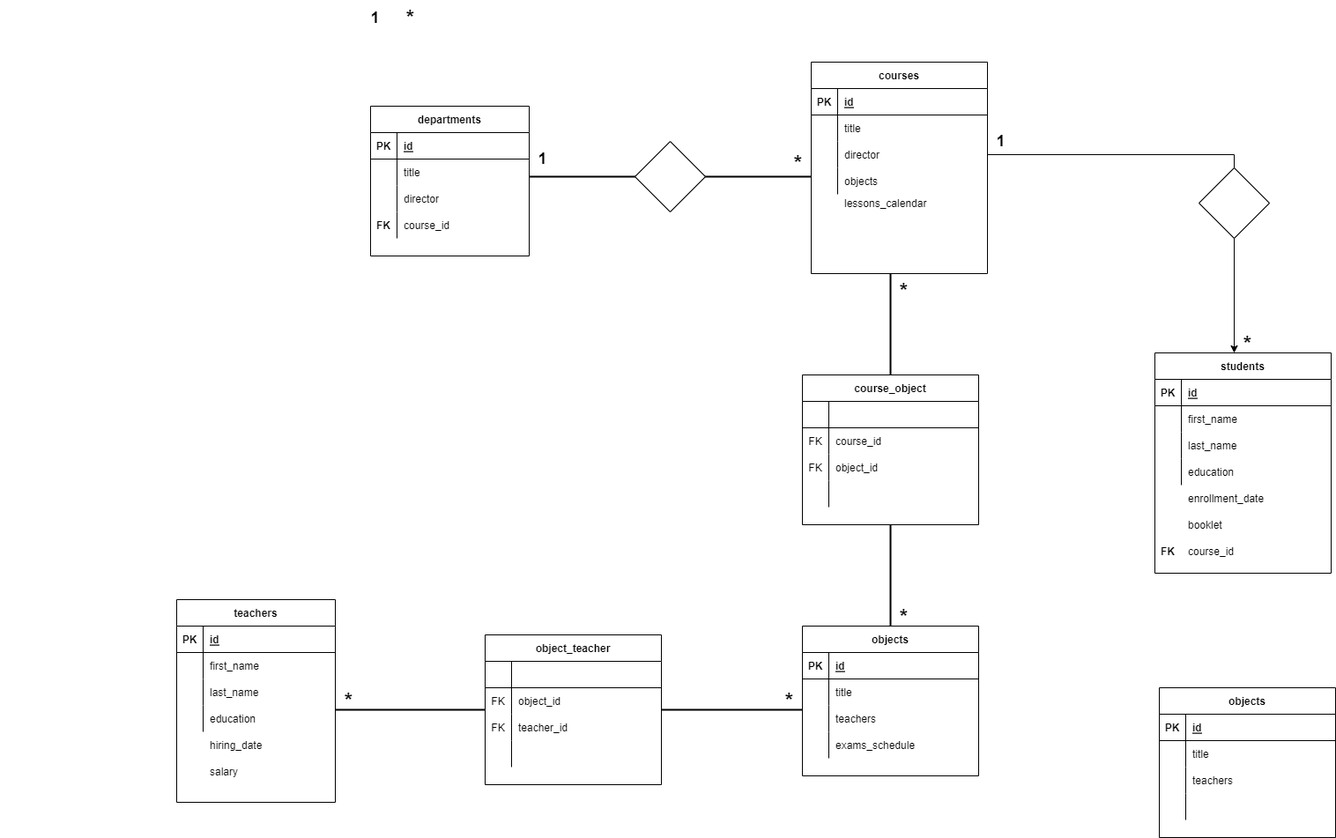
Before: db-university.png, a diagram exported from draw.io (marcocalligaris/db-university). Source tidied: cells renumbered, new cells last; positions are measured from the earlier drawing's top-left corner, leaving out a move shared by most shapes.
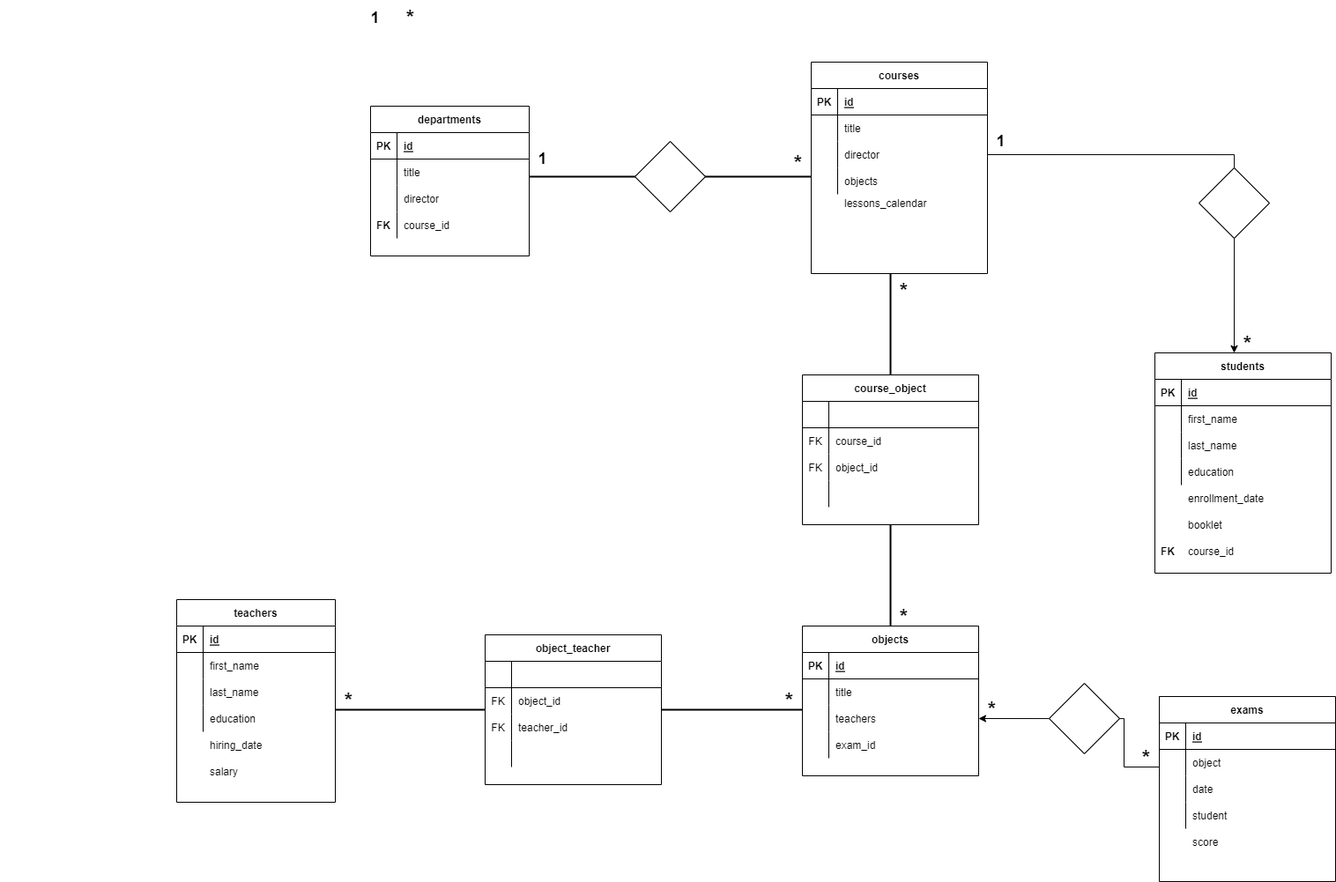
Above is the later version.

Change to the diagram source:
```diff
@@ -218,7 +218,7 @@
     <mxCell id="73" value="booklet" style="shape=partialRectangle;fillColor=none;top=0;left=0;bottom=0;right=0;align=left;spacingLeft=6;overflow=hidden;" parent="1" vertex="1">
       <mxGeometry x="1340" y="580" width="150" height="30" as="geometry" />
     </mxCell>
-    <mxCell id="74" value="exams_schedule" style="shape=partialRectangle;fillColor=none;top=0;left=0;bottom=0;right=0;align=left;spacingLeft=6;overflow=hidden;" parent="1" vertex="1">
+    <mxCell id="74" value="exam_id" style="shape=partialRectangle;fillColor=none;top=0;left=0;bottom=0;right=0;align=left;spacingLeft=6;overflow=hidden;" parent="1" vertex="1">
       <mxGeometry x="940" y="830" width="170" height="30" as="geometry" />
     </mxCell>
     <mxCell id="75" style="shape=tableRow;horizontal=0;startSize=0;swimlaneHead=0;swimlaneBody=0;fillColor=none;top=0;left=0;right=0;bottom=0;" parent="1" vertex="1">
@@ -358,8 +358,8 @@
     <mxCell id="119" value="&lt;b&gt;&lt;font style=&quot;font-size: 18px;&quot;&gt;1&lt;/font&gt;&lt;/b&gt;" style="text;html=1;align=center;verticalAlign=middle;fillColor=none;strokeColor=none;rounded=0;" parent="1" vertex="1">
       <mxGeometry x="1120" y="140" width="30" height="40" as="geometry" />
     </mxCell>
-    <mxCell id="120" value="objects" style="shape=table;startSize=30;rowLines=0;fontStyle=1;align=center;" parent="1" vertex="1">
-      <mxGeometry x="1315" y="780" width="200" height="170" as="geometry" />
+    <mxCell id="120" value="exams" style="shape=table;startSize=30;rowLines=0;fontStyle=1;align=center;" parent="1" vertex="1">
+      <mxGeometry x="1315" y="790" width="200" height="210" as="geometry" />
     </mxCell>
     <mxCell id="121" style="shape=tableRow;horizontal=0;startSize=0;swimlaneHead=0;swimlaneBody=0;fillColor=none;top=0;left=0;right=0;bottom=1;" parent="120" vertex="1">
       <mxGeometry y="30" width="200" height="30" as="geometry" />
@@ -376,7 +376,7 @@
     <mxCell id="125" style="shape=partialRectangle;fillColor=none;top=0;left=0;bottom=0;right=0;overflow=hidden;" parent="124" vertex="1">
       <mxGeometry width="30" height="30" as="geometry" />
     </mxCell>
-    <mxCell id="126" value="title" style="shape=partialRectangle;fillColor=none;top=0;left=0;bottom=0;right=0;align=left;spacingLeft=6;overflow=hidden;" parent="124" vertex="1">
+    <mxCell id="126" value="object" style="shape=partialRectangle;fillColor=none;top=0;left=0;bottom=0;right=0;align=left;spacingLeft=6;overflow=hidden;" parent="124" vertex="1">
       <mxGeometry x="30" width="170" height="30" as="geometry" />
     </mxCell>
     <mxCell id="127" style="shape=tableRow;horizontal=0;startSize=0;swimlaneHead=0;swimlaneBody=0;fillColor=none;top=0;left=0;right=0;bottom=0;" parent="120" vertex="1">
@@ -385,7 +385,7 @@
     <mxCell id="128" style="shape=partialRectangle;fillColor=none;top=0;left=0;bottom=0;right=0;overflow=hidden;" parent="127" vertex="1">
       <mxGeometry width="30" height="30" as="geometry" />
     </mxCell>
-    <mxCell id="129" value="teachers" style="shape=partialRectangle;fillColor=none;top=0;left=0;bottom=0;right=0;align=left;spacingLeft=6;overflow=hidden;" parent="127" vertex="1">
+    <mxCell id="129" value="date" style="shape=partialRectangle;fillColor=none;top=0;left=0;bottom=0;right=0;align=left;spacingLeft=6;overflow=hidden;" parent="127" vertex="1">
       <mxGeometry x="30" width="170" height="30" as="geometry" />
     </mxCell>
     <mxCell id="130" style="shape=tableRow;horizontal=0;startSize=0;swimlaneHead=0;swimlaneBody=0;fillColor=none;top=0;left=0;right=0;bottom=0;" parent="120" vertex="1">
@@ -394,7 +394,7 @@
     <mxCell id="131" style="shape=partialRectangle;fillColor=none;top=0;left=0;bottom=0;right=0;overflow=hidden;" parent="130" vertex="1">
       <mxGeometry width="30" height="30" as="geometry" />
     </mxCell>
-    <mxCell id="132" style="shape=partialRectangle;fillColor=none;top=0;left=0;bottom=0;right=0;align=left;spacingLeft=6;overflow=hidden;" parent="130" vertex="1">
+    <mxCell id="132" value="student" style="shape=partialRectangle;fillColor=none;top=0;left=0;bottom=0;right=0;align=left;spacingLeft=6;overflow=hidden;" parent="130" vertex="1">
       <mxGeometry x="30" width="170" height="30" as="geometry" />
     </mxCell>
     <mxCell id="133" style="shape=partialRectangle;fillColor=none;top=0;left=0;bottom=0;right=0;align=left;spacingLeft=6;overflow=hidden;" parent="1" vertex="1">
@@ -409,5 +409,27 @@
     <mxCell id="136" value="FK" style="shape=partialRectangle;fillColor=none;top=0;left=0;bottom=0;right=0;fontStyle=1;overflow=hidden;" parent="1" vertex="1">
       <mxGeometry x="1310" y="610" width="30" height="30" as="geometry" />
     </mxCell>
+    <mxCell id="137" value="score" style="shape=partialRectangle;fillColor=none;top=0;left=0;bottom=0;right=0;align=left;spacingLeft=6;overflow=hidden;" parent="1" vertex="1">
+      <mxGeometry x="1345" y="940" width="170" height="30" as="geometry" />
+    </mxCell>
+    <mxCell id="138" style="edgeStyle=segmentEdgeStyle;endArrow=classic;html=1;rounded=0;fontSize=24;exitX=1;exitY=0.5;exitDx=0;exitDy=0;startArrow=none;entryX=1;entryY=0.5;entryDx=0;entryDy=0;" parent="1" edge="1" target="37">
+      <mxGeometry relative="1" as="geometry">
+        <mxPoint x="1315" y="790" as="sourcePoint" />
+        <Array as="points">
+          <mxPoint x="1315" y="870" />
+          <mxPoint x="1275" y="870" />
+          <mxPoint x="1275" y="815" />
+        </Array>
+      </mxGeometry>
+    </mxCell>
+    <mxCell id="139" style="rhombus;whiteSpace=wrap;html=1;fontSize=24;" parent="1" vertex="1">
+      <mxGeometry x="1190" y="775" width="80" height="80" as="geometry" />
+    </mxCell>
+    <mxCell id="140" value="&lt;b&gt;&lt;font style=&quot;font-size: 24px;&quot;&gt;*&lt;/font&gt;&lt;/b&gt;" style="text;html=1;align=center;verticalAlign=middle;fillColor=none;strokeColor=none;rounded=0;fontSize=18;" parent="1" vertex="1">
+      <mxGeometry x="1110" y="785" width="30" height="40" as="geometry" />
+    </mxCell>
+    <mxCell id="141" value="&lt;b&gt;&lt;font style=&quot;font-size: 24px;&quot;&gt;*&lt;/font&gt;&lt;/b&gt;" style="text;html=1;align=center;verticalAlign=middle;fillColor=none;strokeColor=none;rounded=0;fontSize=18;" parent="1" vertex="1">
+      <mxGeometry x="1285" y="840" width="30" height="40" as="geometry" />
+    </mxCell>
   </root>
 </mxGraphModel>
```
